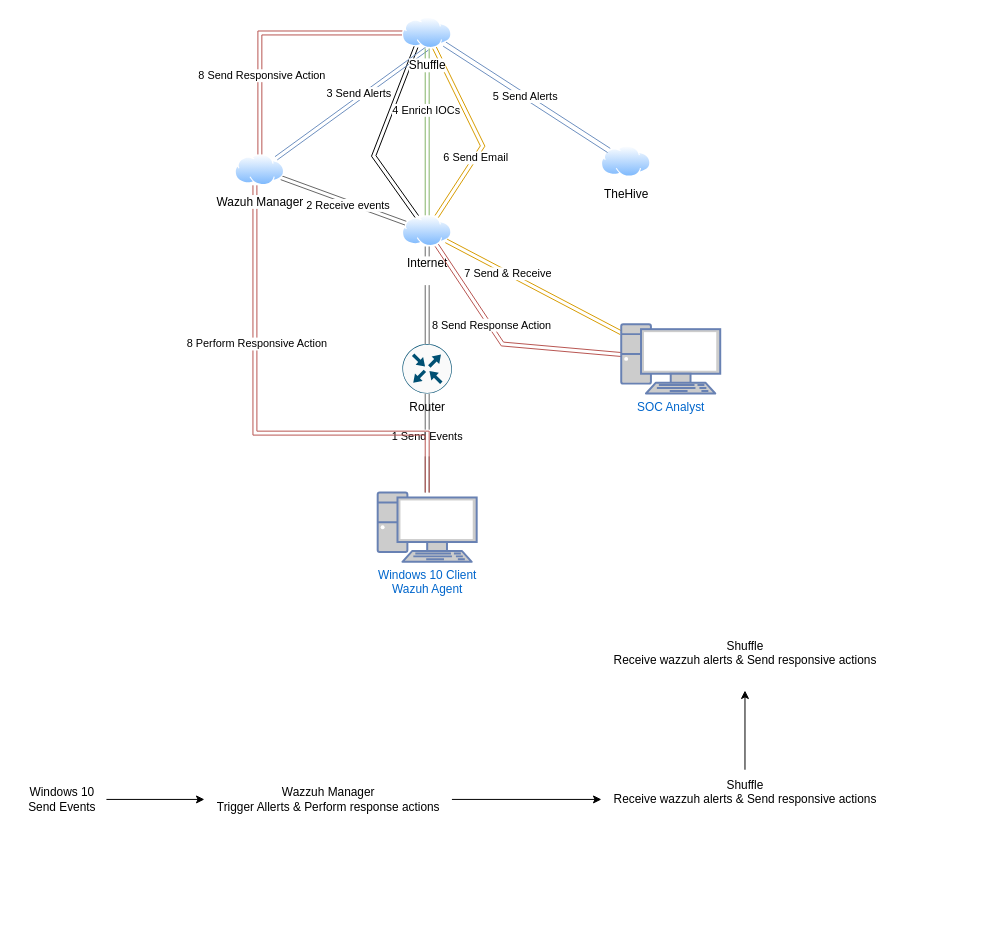
This is Untitled Diagram.drawio from ib-st1/cyber-portfolio, a draw.io file, before an edit. Source tidied: cells renumbered, new cells numbered last; positions are measured from the earlier drawing's top-left corner, leaving out a move shared by most shapes. Both pictures are drawn from the tidied source at 99%, with x=0, y=0 at pixel (17, 17).
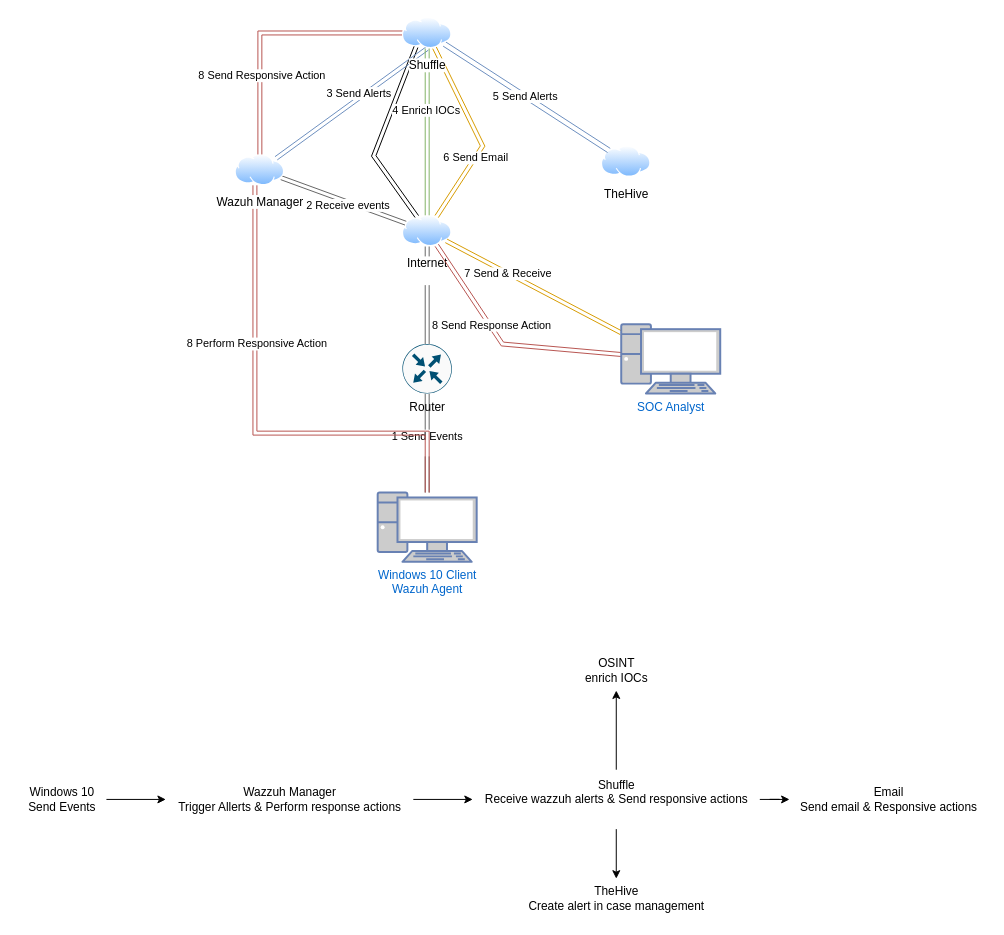
The same diagram, later.

Commit message:
SOC Automation Diagram

Change to the diagram source:
```diff
@@
     <mxCell id="34" value="Wazzuh Manager&lt;div&gt;Trigger Allerts &amp;amp; Perform response actions&lt;/div&gt;" style="text;html=1;align=center;verticalAlign=middle;points=[];strokeColor=none;fillColor=none;" parent="1" vertex="1">
-      <mxGeometry x="189" y="770" width="250" height="40" as="geometry" />
+      <mxGeometry x="150" y="770" width="250" height="40" as="geometry" />
     </mxCell>
@@
+    <mxCell id="38" style="edgeStyle=orthogonalEdgeStyle;rounded=0;jettySize=auto;html=1;" parent="1" edge="1" source="36" target="40">
+      <mxGeometry relative="1" as="geometry" />
+    </mxCell>
+    <mxCell id="39" style="edgeStyle=orthogonalEdgeStyle;rounded=0;jettySize=auto;html=1;" parent="1" edge="1" source="36" target="41">
+      <mxGeometry relative="1" as="geometry" />
+    </mxCell>
     <mxCell id="36" value="&lt;div&gt;Shuffle&lt;/div&gt;Receive wazzuh alerts &amp;amp; Send responsive actions&lt;div&gt;&lt;br&gt;&lt;/div&gt;" style="text;html=1;align=center;verticalAlign=middle;points=[];strokeColor=none;fillColor=none;" parent="1" vertex="1">
-      <mxGeometry x="590" y="760" width="290" height="60" as="geometry" />
+      <mxGeometry x="460" y="760" width="290" height="60" as="geometry" />
     </mxCell>
-    <mxCell id="37" value="&lt;div&gt;Shuffle&lt;/div&gt;Receive wazzuh alerts &amp;amp; Send responsive actions&lt;div&gt;&lt;br&gt;&lt;/div&gt;" style="text;html=1;align=center;verticalAlign=middle;points=[];strokeColor=none;fillColor=none;" parent="1" vertex="1">
-      <mxGeometry x="590" y="620" width="290" height="60" as="geometry" />
+    <mxCell id="37" value="&lt;div&gt;OSINT&lt;/div&gt;&lt;div&gt;enrich IOCs&lt;/div&gt;" style="text;html=1;align=center;verticalAlign=middle;points=[];strokeColor=none;fillColor=none;" parent="1" vertex="1">
+      <mxGeometry x="560" y="640" width="90" height="40" as="geometry" />
     </mxCell>
+    <mxCell id="40" value="TheHive&lt;div&gt;Create alert in case management&lt;/div&gt;" style="text;html=1;align=center;verticalAlign=middle;points=[];strokeColor=none;fillColor=none;" parent="1" vertex="1">
+      <mxGeometry x="505" y="870" width="200" height="40" as="geometry" />
+    </mxCell>
+    <mxCell id="41" value="Email&lt;div&gt;Send email &amp;amp; Responsive actions&lt;/div&gt;" style="text;html=1;align=center;verticalAlign=middle;points=[];strokeColor=none;fillColor=none;" parent="1" vertex="1">
+      <mxGeometry x="780" y="770" width="200" height="40" as="geometry" />
+    </mxCell>
```
